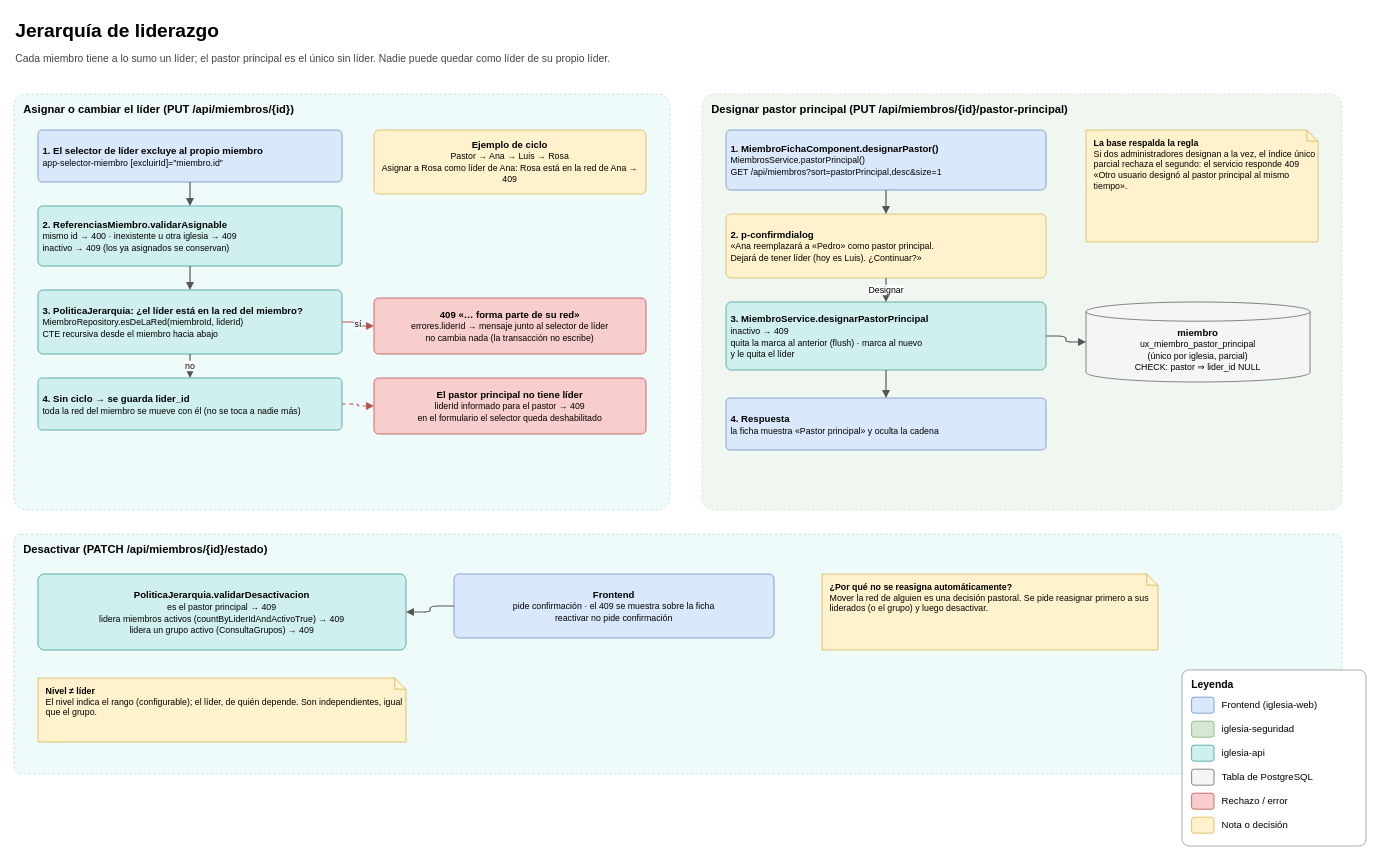
Before: page "3. Jerarquía: líder, ciclos y pastor principal" (3 of 6) of diagramas/spec-06-registro-de-miembros.drawio in jeyson1802/sistema-iglesia, a draw.io diagram. Source tidied: cells renumbered, new cells numbered last; positions are measured from the earlier drawing's top-left corner, leaving out a move shared by most shapes. Both pictures are drawn from the tidied source at 80%, with x=0, y=0 at pixel (14, 14).
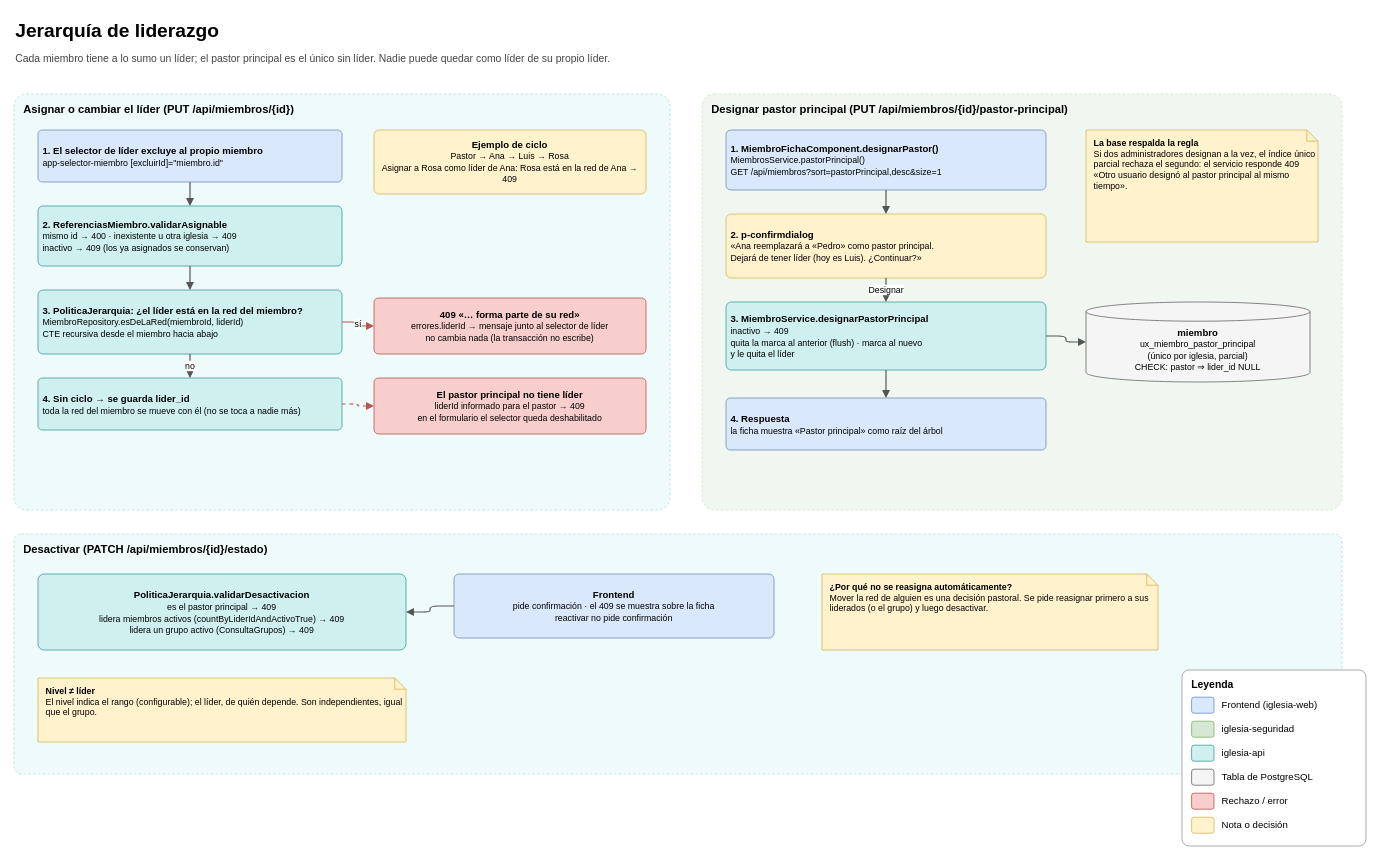
The same diagram, later.

Diff of the diagram source:
```diff
@@
-    <mxCell id="21" value="&lt;b&gt;4. Respuesta&lt;/b&gt;&lt;br&gt;&lt;span style=&quot;font-size:11px&quot;&gt;la ficha muestra «Pastor principal» y oculta la cadena&lt;/span&gt;" style="rounded=1;whiteSpace=wrap;html=1;fillColor=#dae8fc;strokeColor=#6c8ebf;arcSize=8;fontSize=12;align=left;verticalAlign=middle;spacing=6;" parent="1" vertex="1">
+    <mxCell id="21" value="&lt;b&gt;4. Respuesta&lt;/b&gt;&lt;br&gt;&lt;span style=&quot;font-size:11px&quot;&gt;la ficha muestra «Pastor principal» como raíz del árbol&lt;/span&gt;" style="rounded=1;whiteSpace=wrap;html=1;fillColor=#dae8fc;strokeColor=#6c8ebf;arcSize=8;fontSize=12;align=left;verticalAlign=middle;spacing=6;" parent="1" vertex="1">
       <mxGeometry x="890" y="480" width="400" height="65" as="geometry" />
     </mxCell>
```
